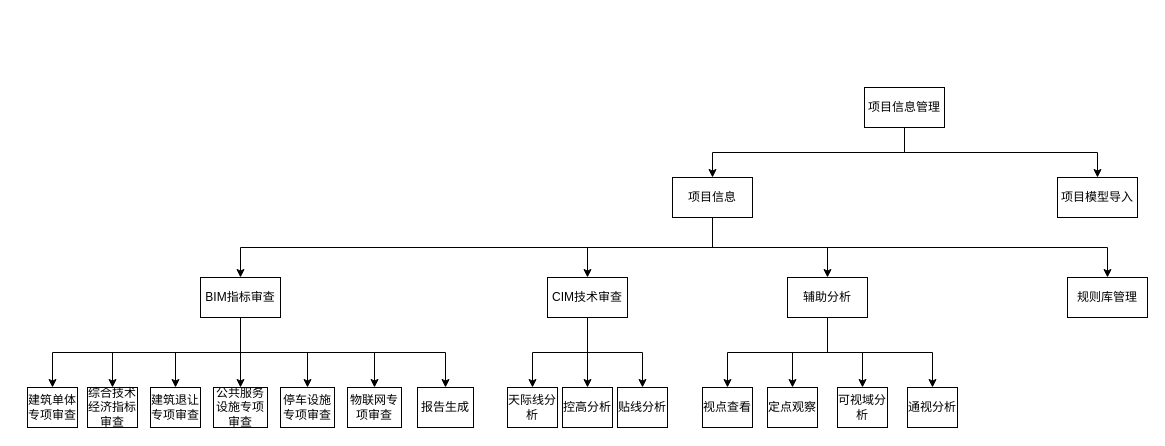
CAIJINHUI/CAIJINHUI.github.io keeps this draw.io diagram as Untitled Diagram.drawio. Above is the earlier version. Source tidied: cells renumbered, new cells numbered last; positions are measured from the earlier drawing's top-left corner, leaving out a move shared by most shapes. Both pictures are drawn from the tidied source at 100%, with x=0, y=0 at pixel (27, 87).
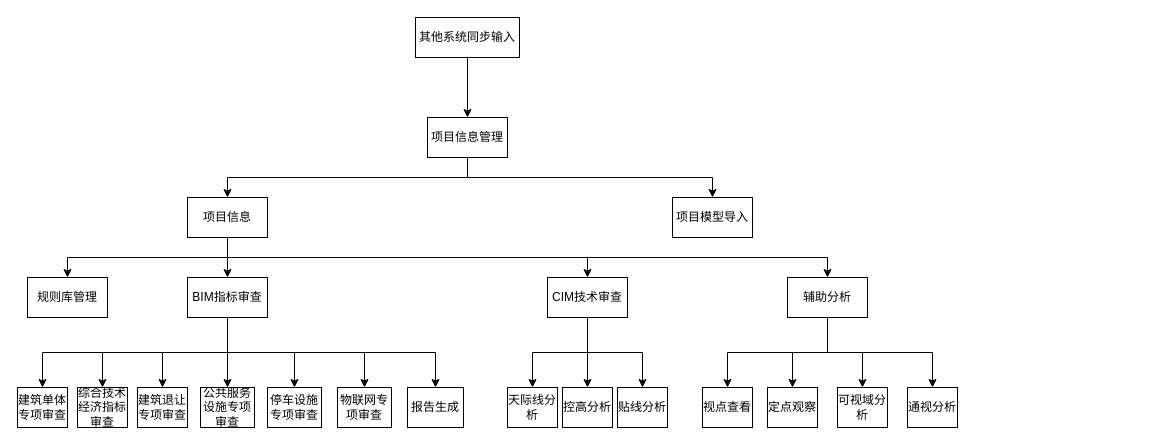
The same page after the edit.

Diff of the diagram source:
```diff
@@
     <mxCell id="4" value="项目信息管理" style="rounded=0;whiteSpace=wrap;html=1;" parent="1" vertex="1">
-      <mxGeometry x="837" width="80" height="40" as="geometry" />
+      <mxGeometry x="400" y="30" width="80" height="40" as="geometry" />
     </mxCell>
@@
     <mxCell id="9" value="项目信息" style="rounded=0;whiteSpace=wrap;html=1;" parent="1" vertex="1">
-      <mxGeometry x="645" y="90" width="80" height="40" as="geometry" />
+      <mxGeometry x="160" y="110" width="80" height="40" as="geometry" />
     </mxCell>
     <mxCell id="10" value="项目模型导入" style="rounded=0;whiteSpace=wrap;html=1;" parent="1" vertex="1">
-      <mxGeometry x="1030" y="90" width="80" height="40" as="geometry" />
+      <mxGeometry x="645" y="110" width="80" height="40" as="geometry" />
     </mxCell>
     <mxCell id="11" value="规则库管理" style="rounded=0;whiteSpace=wrap;html=1;" parent="1" vertex="1">
-      <mxGeometry x="1040" y="190" width="80" height="40" as="geometry" />
+      <mxGeometry y="190" width="80" height="40" as="geometry" />
     </mxCell>
@@
     <mxCell id="19" value="BIM指标审查" style="rounded=0;whiteSpace=wrap;html=1;" parent="1" vertex="1">
-      <mxGeometry x="173" y="190" width="80" height="40" as="geometry" />
+      <mxGeometry x="160" y="190" width="80" height="40" as="geometry" />
     </mxCell>
@@
     <mxCell id="29" value="建筑单体专项审查" style="rounded=0;whiteSpace=wrap;html=1;" parent="1" vertex="1">
-      <mxGeometry y="300" width="50" height="40" as="geometry" />
+      <mxGeometry x="-10" y="300" width="50" height="40" as="geometry" />
     </mxCell>
     <mxCell id="30" value="综合技术经济指标审查" style="rounded=0;whiteSpace=wrap;html=1;" parent="1" vertex="1">
-      <mxGeometry x="60" y="300" width="50" height="40" as="geometry" />
+      <mxGeometry x="50" y="300" width="50" height="40" as="geometry" />
     </mxCell>
     <mxCell id="31" value="物联网专项审查" style="rounded=0;whiteSpace=wrap;html=1;" parent="1" vertex="1">
-      <mxGeometry x="320" y="300" width="54" height="40" as="geometry" />
+      <mxGeometry x="310" y="300" width="54" height="40" as="geometry" />
     </mxCell>
     <mxCell id="32" value="建筑退让专项审查" style="rounded=0;whiteSpace=wrap;html=1;" parent="1" vertex="1">
-      <mxGeometry x="123" y="300" width="50" height="40" as="geometry" />
+      <mxGeometry x="110" y="300" width="50" height="40" as="geometry" />
     </mxCell>
     <mxCell id="33" value="公共服务设施专项审查" style="rounded=0;whiteSpace=wrap;html=1;" parent="1" vertex="1">
-      <mxGeometry x="186" y="300" width="54" height="40" as="geometry" />
+      <mxGeometry x="173" y="300" width="54" height="40" as="geometry" />
     </mxCell>
     <mxCell id="34" value="停车设施专项审查" style="rounded=0;whiteSpace=wrap;html=1;" parent="1" vertex="1">
-      <mxGeometry x="253" y="300" width="54" height="40" as="geometry" />
+      <mxGeometry x="240" y="300" width="54" height="40" as="geometry" />
     </mxCell>
     <mxCell id="35" value="报告生成" style="rounded=0;whiteSpace=wrap;html=1;" parent="1" vertex="1">
-      <mxGeometry x="390" y="300" width="56" height="40" as="geometry" />
+      <mxGeometry x="380" y="300" width="56" height="40" as="geometry" />
     </mxCell>
@@
+    <mxCell id="43" style="edgeStyle=orthogonalEdgeStyle;rounded=0;jettySize=auto;html=1;exitX=0.5;exitY=1;exitDx=0;exitDy=0;entryX=0.5;entryY=0;entryDx=0;entryDy=0;" parent="1" edge="1" source="44" target="4">
+      <mxGeometry relative="1" as="geometry" />
+    </mxCell>
+    <mxCell id="44" value="其他系统同步输入" style="rounded=0;whiteSpace=wrap;html=1;" parent="1" vertex="1">
+      <mxGeometry x="388" y="-70" width="104" height="40" as="geometry" />
+    </mxCell>
```
